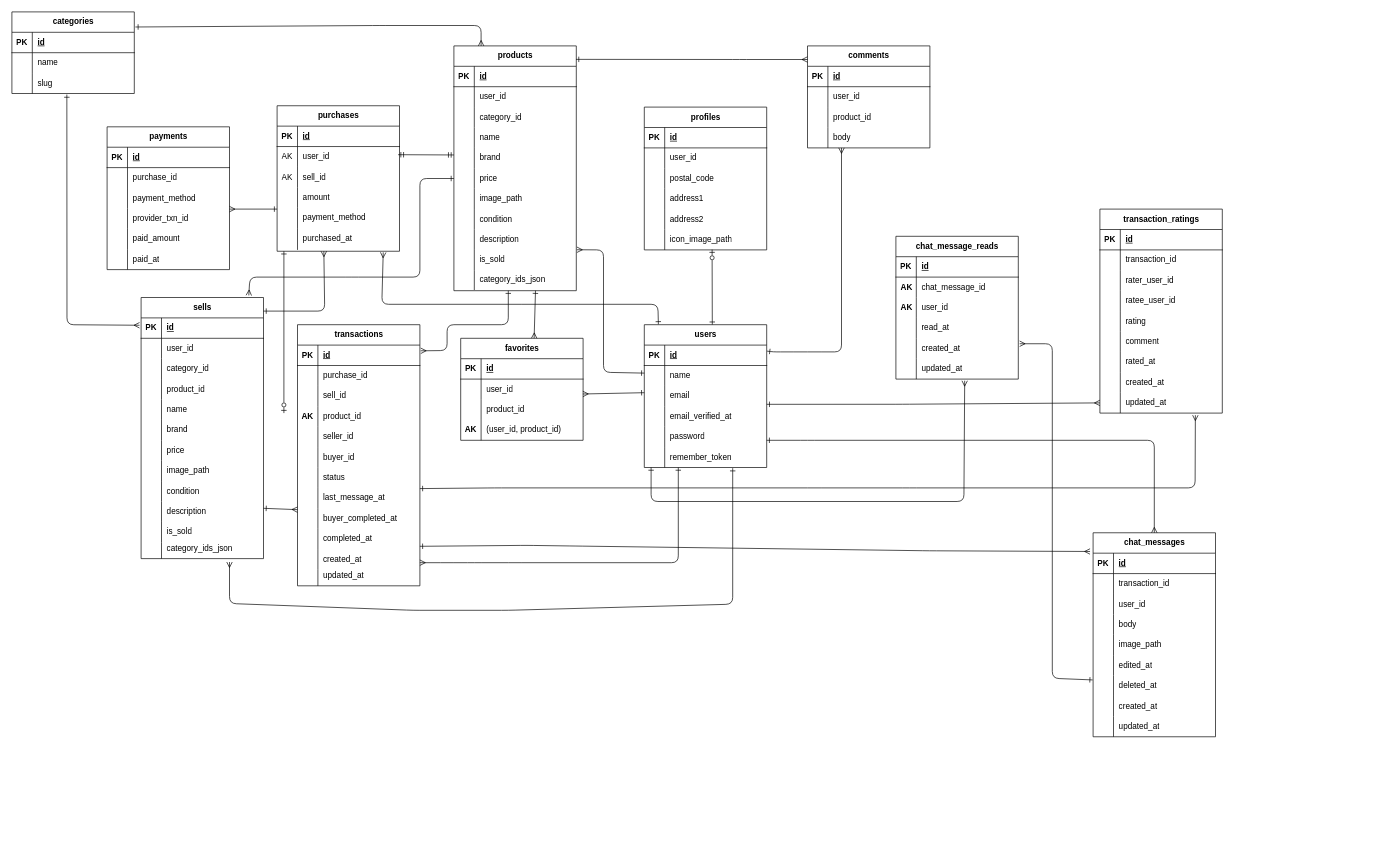
Before: src/index.drawio in simanuki0923/Free-market, a draw.io diagram. Source tidied: cells renumbered, new cells numbered last; positions are measured from the earlier drawing's top-left corner, leaving out a move shared by most shapes. Both pictures are drawn from the tidied source at 68%, with x=0, y=0 at pixel (12, 12).
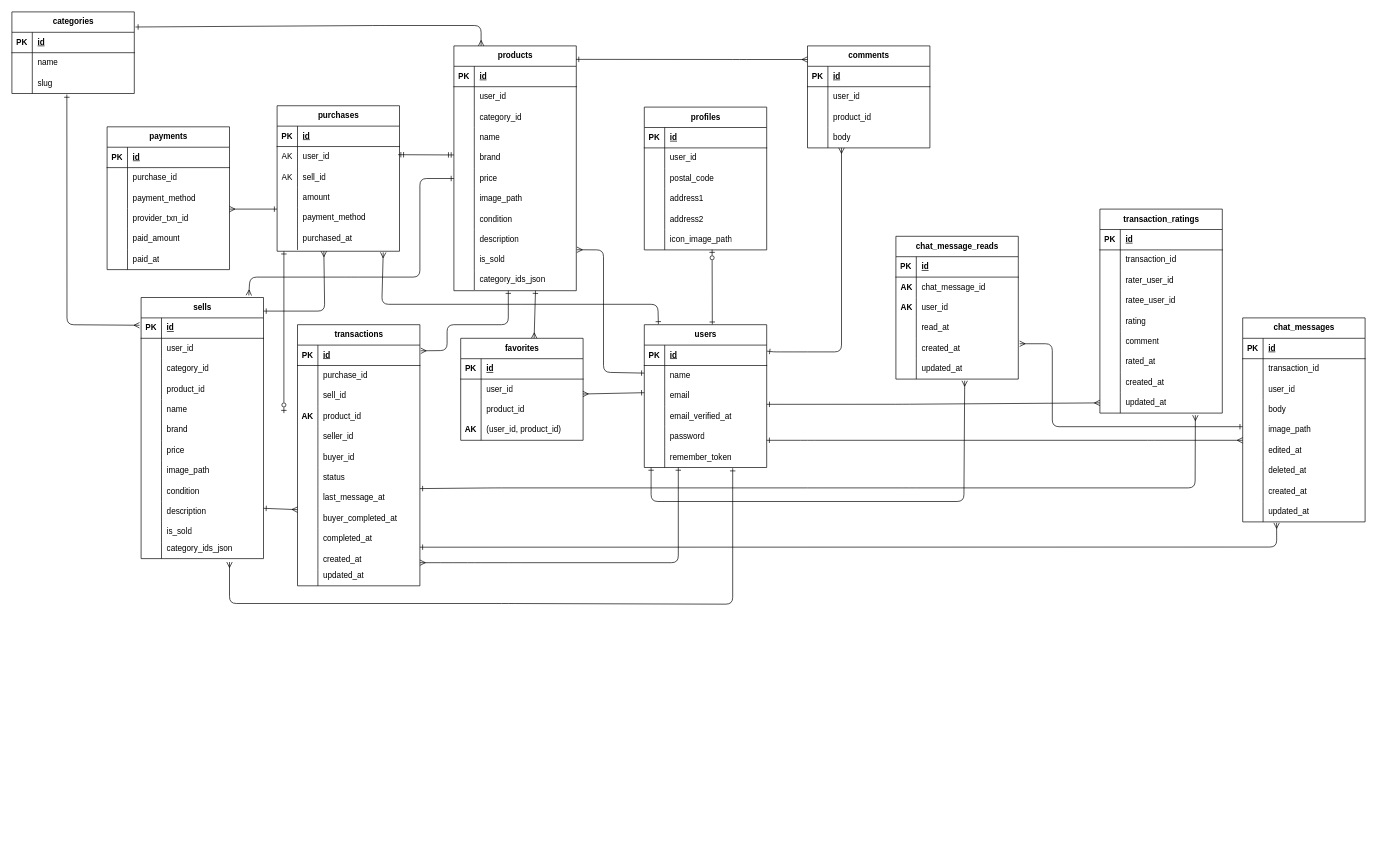
The same page after the edit.

Commit message:
取引チャット画面ER図修正

Unchanged cells that the change refers to:
```xml
<mxCell id="231" style="shape=tableRow;horizontal=0;startSize=0;swimlaneHead=0;swimlaneBody=0;fillColor=none;points=[[0,0.5],[1,0.5]];portConstraint=eastwest;top=0;left=0;right=0;bottom=0;" parent="215" vertex="1">
  <mxGeometry y="180" width="180" height="30" as="geometry" />
</mxCell>
<mxCell id="234" style="shape=tableRow;horizontal=0;startSize=0;swimlaneHead=0;swimlaneBody=0;fillColor=none;points=[[0,0.5],[1,0.5]];portConstraint=eastwest;top=0;left=0;right=0;bottom=0;" parent="215" vertex="1">
  <mxGeometry y="210" width="180" height="30" as="geometry" />
</mxCell>
<mxCell id="240" style="shape=tableRow;horizontal=0;startSize=0;swimlaneHead=0;swimlaneBody=0;fillColor=none;points=[[0,0.5],[1,0.5]];portConstraint=eastwest;top=0;left=0;right=0;bottom=0;" parent="215" vertex="1">
  <mxGeometry y="270" width="180" height="30" as="geometry" />
</mxCell>
<mxCell id="257" style="shape=tableRow;horizontal=0;startSize=0;swimlaneHead=0;swimlaneBody=0;fillColor=none;points=[[0,0.5],[1,0.5]];portConstraint=eastwest;top=0;left=0;right=0;bottom=0;" parent="244" vertex="1">
  <mxGeometry y="150" width="180" height="30" as="geometry" />
</mxCell>
```

Diff of the diagram source:
```diff
@@
     <mxCell id="151" style="fontSize=12;html=1;endArrow=ERmany;startArrow=ERone;startFill=0;endFill=0;" parent="1" edge="1">
       <mxGeometry relative="1" as="geometry">
         <mxPoint x="1060" y="671" as="sourcePoint" />
         <mxPoint x="320" y="809" as="targetPoint" />
         <Array as="points">
           <mxPoint x="1060" y="871" />
-          <mxPoint x="730" y="880" />
-          <mxPoint x="590" y="880" />
+          <mxPoint x="730" y="870" />
           <mxPoint x="320" y="870" />
         </Array>
       </mxGeometry>
     </mxCell>
@@
     <mxCell id="215" value="chat_messages" style="shape=table;startSize=30;childLayout=tableLayout;rowLines=0;fontStyle=1;align=center;html=1;" parent="1" vertex="1">
-      <mxGeometry x="1590" y="766" width="180" height="300" as="geometry" />
+      <mxGeometry x="1810" y="450" width="180" height="300" as="geometry" />
     </mxCell>
@@
-    <mxCell id="317" style="fontSize=12;html=1;endArrow=ERone;startArrow=ERmany;startFill=0;endFill=0;entryX=1.014;entryY=0.78;entryDx=0;entryDy=0;entryPerimeter=0;exitX=-0.022;exitY=0.831;exitDx=0;exitDy=0;exitPerimeter=0;" parent="1" edge="1">
+    <mxCell id="317" style="fontSize=12;html=1;endArrow=ERone;startArrow=ERmany;startFill=0;endFill=0;entryX=1.014;entryY=0.78;entryDx=0;entryDy=0;entryPerimeter=0;exitX=0.277;exitY=1.048;exitDx=0;exitDy=0;exitPerimeter=0;" parent="1" edge="1" source="240">
       <mxGeometry relative="1" as="geometry">
-        <mxPoint x="1585.5" y="793.5" as="sourcePoint" />
-        <mxPoint x="600" y="785.9" as="targetPoint" />
+        <mxPoint x="600" y="787.2" as="targetPoint" />
         <Array as="points">
-          <mxPoint x="1349.5" y="792.5" />
-          <mxPoint x="829.5" y="785.5" />
-          <mxPoint x="757.5" y="784.5" />
+          <mxPoint x="1860" y="787" />
         </Array>
       </mxGeometry>
     </mxCell>
-    <mxCell id="318" style="fontSize=12;html=1;endArrow=ERone;startArrow=ERmany;startFill=0;endFill=0;exitX=0.5;exitY=0;exitDx=0;exitDy=0;" parent="1" edge="1" source="215">
+    <mxCell id="318" style="fontSize=12;html=1;endArrow=ERone;startArrow=ERmany;startFill=0;endFill=0;exitX=0;exitY=0;exitDx=0;exitDy=0;exitPerimeter=0;" parent="1" edge="1" source="231">
       <mxGeometry relative="1" as="geometry">
         <mxPoint x="1110" y="630" as="targetPoint" />
         <Array as="points">
           <mxPoint x="1680" y="630" />
           <mxPoint x="1170" y="630" />
         </Array>
       </mxGeometry>
     </mxCell>
-    <mxCell id="319" style="fontSize=12;html=1;endArrow=ERmany;startArrow=ERone;startFill=0;endFill=0;exitX=-0.004;exitY=0.213;exitDx=0;exitDy=0;exitPerimeter=0;entryX=1.011;entryY=0.267;entryDx=0;entryDy=0;entryPerimeter=0;" parent="1" edge="1" source="234" target="257">
+    <mxCell id="319" style="fontSize=12;html=1;endArrow=ERmany;startArrow=ERone;startFill=0;endFill=0;entryX=1.011;entryY=0.267;entryDx=0;entryDy=0;entryPerimeter=0;" parent="1" edge="1" target="257">
       <mxGeometry relative="1" as="geometry">
+        <mxPoint x="1810" y="610" as="sourcePoint" />
         <Array as="points">
-          <mxPoint x="1530" y="980" />
+          <mxPoint x="1530" y="610" />
           <mxPoint x="1530" y="488" />
         </Array>
       </mxGeometry>
     </mxCell>
```
